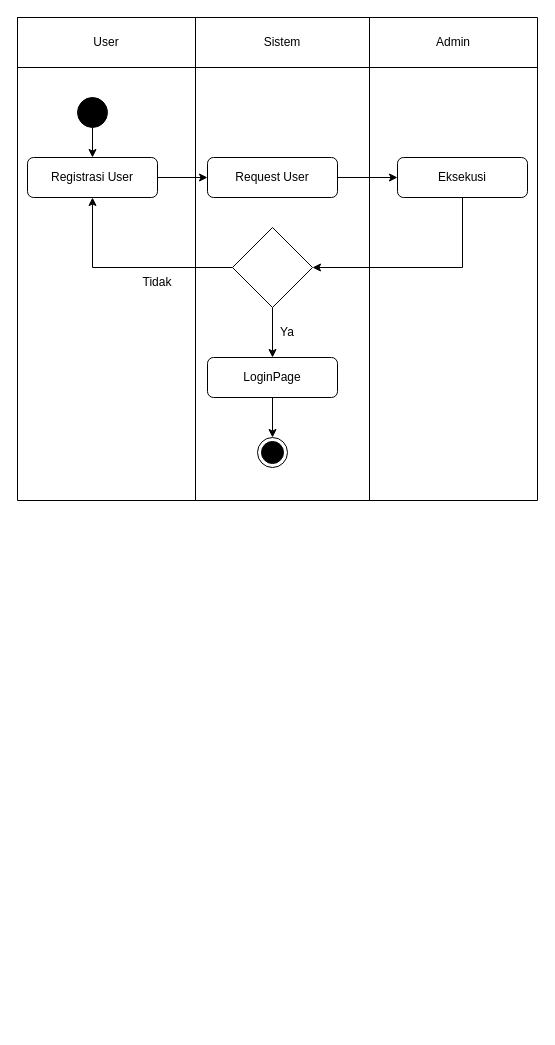
Before: LAPORAN/CHART,case,diagram dll/activity diagram.drawio in abidardiansyah/ProjectTA1, a draw.io diagram. Source tidied: cells renumbered, new cells numbered last; positions are measured from the earlier drawing's top-left corner, leaving out a move shared by most shapes. Both pictures are drawn from the tidied source at 100%, with x=0, y=0 at pixel (17, 17).
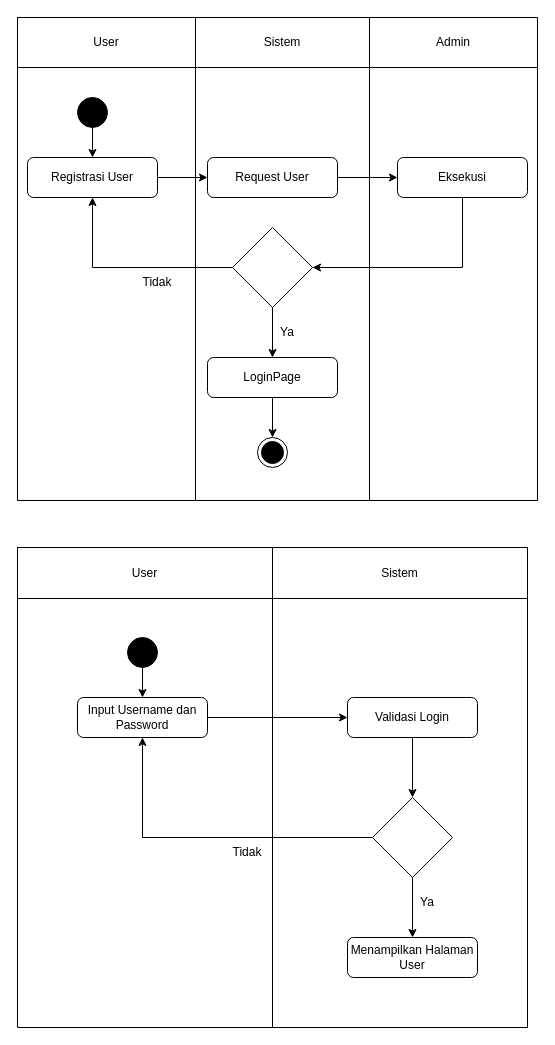
After the change.

Diff of the diagram source:
```diff
@@
+    <mxCell id="27" style="shape=table;startSize=0;childLayout=tableLayout;" parent="1" vertex="1">
+      <mxGeometry y="530" width="510" height="480" as="geometry" />
+    </mxCell>
+    <mxCell id="28" style="shape=tableRow;horizontal=0;startSize=0;swimlaneHead=0;swimlaneBody=0;strokeColor=inherit;top=0;left=0;bottom=0;right=0;fillColor=none;" parent="27" vertex="1">
+      <mxGeometry width="510" height="51" as="geometry" />
+    </mxCell>
+    <mxCell id="29" value="User" style="shape=partialRectangle;html=1;whiteSpace=wrap;strokeColor=inherit;overflow=hidden;fillColor=none;top=0;left=0;bottom=0;right=0;" parent="28" vertex="1">
+      <mxGeometry width="255" height="51" as="geometry" />
+    </mxCell>
+    <mxCell id="30" value="Sistem" style="shape=partialRectangle;html=1;whiteSpace=wrap;strokeColor=inherit;overflow=hidden;fillColor=none;top=0;left=0;bottom=0;right=0;" parent="28" vertex="1">
+      <mxGeometry x="255" width="255" height="51" as="geometry" />
+    </mxCell>
+    <mxCell id="31" style="shape=tableRow;horizontal=0;startSize=0;swimlaneHead=0;swimlaneBody=0;strokeColor=inherit;top=0;left=0;bottom=0;right=0;fillColor=none;" parent="27" vertex="1">
+      <mxGeometry y="51" width="510" height="429" as="geometry" />
+    </mxCell>
+    <mxCell id="32" style="shape=partialRectangle;html=1;whiteSpace=wrap;strokeColor=inherit;overflow=hidden;fillColor=none;top=0;left=0;bottom=0;right=0;" parent="31" vertex="1">
+      <mxGeometry width="255" height="429" as="geometry" />
+    </mxCell>
+    <mxCell id="33" style="shape=partialRectangle;html=1;whiteSpace=wrap;strokeColor=inherit;overflow=hidden;fillColor=none;top=0;left=0;bottom=0;right=0;" parent="31" vertex="1">
+      <mxGeometry x="255" width="255" height="429" as="geometry" />
+    </mxCell>
+    <mxCell id="34" style="edgeStyle=orthogonalEdgeStyle;rounded=0;jettySize=auto;html=1;exitX=0.5;exitY=1;exitDx=0;exitDy=0;entryX=0.5;entryY=0;entryDx=0;entryDy=0;" parent="1" edge="1" source="35" target="36">
+      <mxGeometry relative="1" as="geometry" />
+    </mxCell>
+    <mxCell id="35" style="ellipse;fillColor=strokeColor;" parent="1" vertex="1">
+      <mxGeometry x="110" y="620" width="30" height="30" as="geometry" />
+    </mxCell>
+    <mxCell id="36" value="Input Username dan Password" style="rounded=1;whiteSpace=wrap;html=1;" parent="1" vertex="1">
+      <mxGeometry x="60" y="680" width="130" height="40" as="geometry" />
+    </mxCell>
+    <mxCell id="37" style="edgeStyle=orthogonalEdgeStyle;rounded=0;jettySize=auto;html=1;exitX=1;exitY=0.5;exitDx=0;exitDy=0;" parent="1" edge="1" source="36" target="39">
+      <mxGeometry relative="1" as="geometry" />
+    </mxCell>
+    <mxCell id="38" style="edgeStyle=orthogonalEdgeStyle;rounded=0;jettySize=auto;html=1;exitX=0.5;exitY=1;exitDx=0;exitDy=0;" parent="1" edge="1" source="39" target="42">
+      <mxGeometry relative="1" as="geometry" />
+    </mxCell>
+    <mxCell id="39" value="Validasi Login" style="rounded=1;whiteSpace=wrap;html=1;" parent="1" vertex="1">
+      <mxGeometry x="330" y="680" width="130" height="40" as="geometry" />
+    </mxCell>
+    <mxCell id="40" style="edgeStyle=orthogonalEdgeStyle;rounded=0;jettySize=auto;html=1;exitX=0;exitY=0.5;exitDx=0;exitDy=0;entryX=0.5;entryY=1;entryDx=0;entryDy=0;" parent="1" edge="1" source="42" target="36">
+      <mxGeometry relative="1" as="geometry" />
+    </mxCell>
+    <mxCell id="41" style="edgeStyle=orthogonalEdgeStyle;rounded=0;jettySize=auto;html=1;exitX=0.5;exitY=1;exitDx=0;exitDy=0;entryX=0.5;entryY=0;entryDx=0;entryDy=0;" parent="1" edge="1" source="42" target="43">
+      <mxGeometry relative="1" as="geometry" />
+    </mxCell>
+    <mxCell id="42" style="rhombus;whiteSpace=wrap;html=1;" parent="1" vertex="1">
+      <mxGeometry x="355" y="780" width="80" height="80" as="geometry" />
+    </mxCell>
+    <mxCell id="43" value="Menampilkan Halaman User" style="rounded=1;whiteSpace=wrap;html=1;" parent="1" vertex="1">
+      <mxGeometry x="330" y="920" width="130" height="40" as="geometry" />
+    </mxCell>
+    <mxCell id="44" value="Tidak" style="text;html=1;strokeColor=none;fillColor=none;align=center;verticalAlign=middle;whiteSpace=wrap;rounded=0;" parent="1" vertex="1">
+      <mxGeometry x="200" y="820" width="60" height="30" as="geometry" />
+    </mxCell>
+    <mxCell id="45" value="Ya" style="text;html=1;strokeColor=none;fillColor=none;align=center;verticalAlign=middle;whiteSpace=wrap;rounded=0;" parent="1" vertex="1">
+      <mxGeometry x="380" y="870" width="60" height="30" as="geometry" />
+    </mxCell>
```
